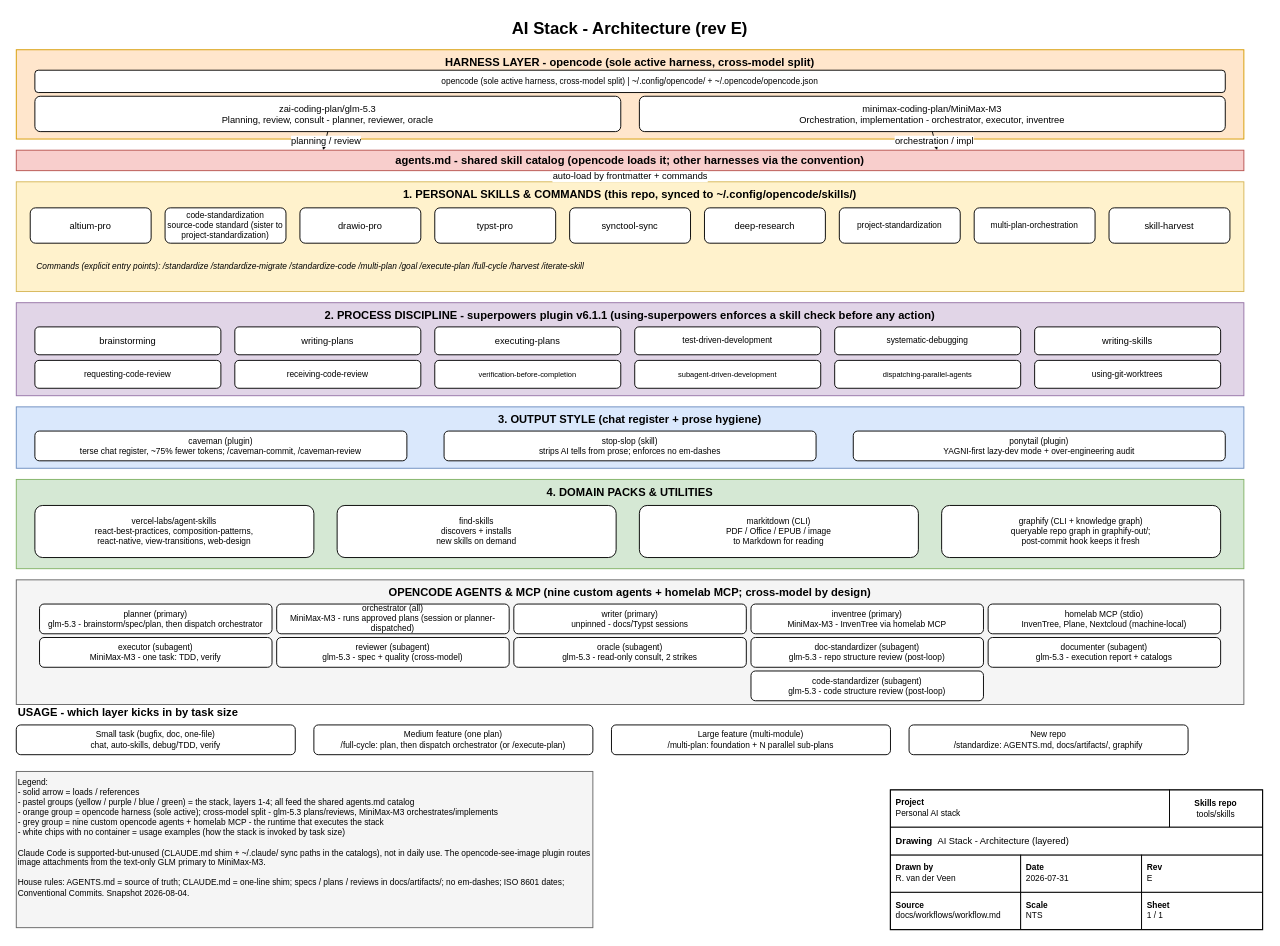
This is docs/workflows/stack.drawio from RubenVanDerVeen/skills, a draw.io file, before an edit. Source tidied: cells renumbered, new cells numbered last; positions are measured from the earlier drawing's top-left corner, leaving out a move shared by most shapes. Both pictures are drawn from the tidied source at 93%, with x=0, y=0 at pixel (16, 16).
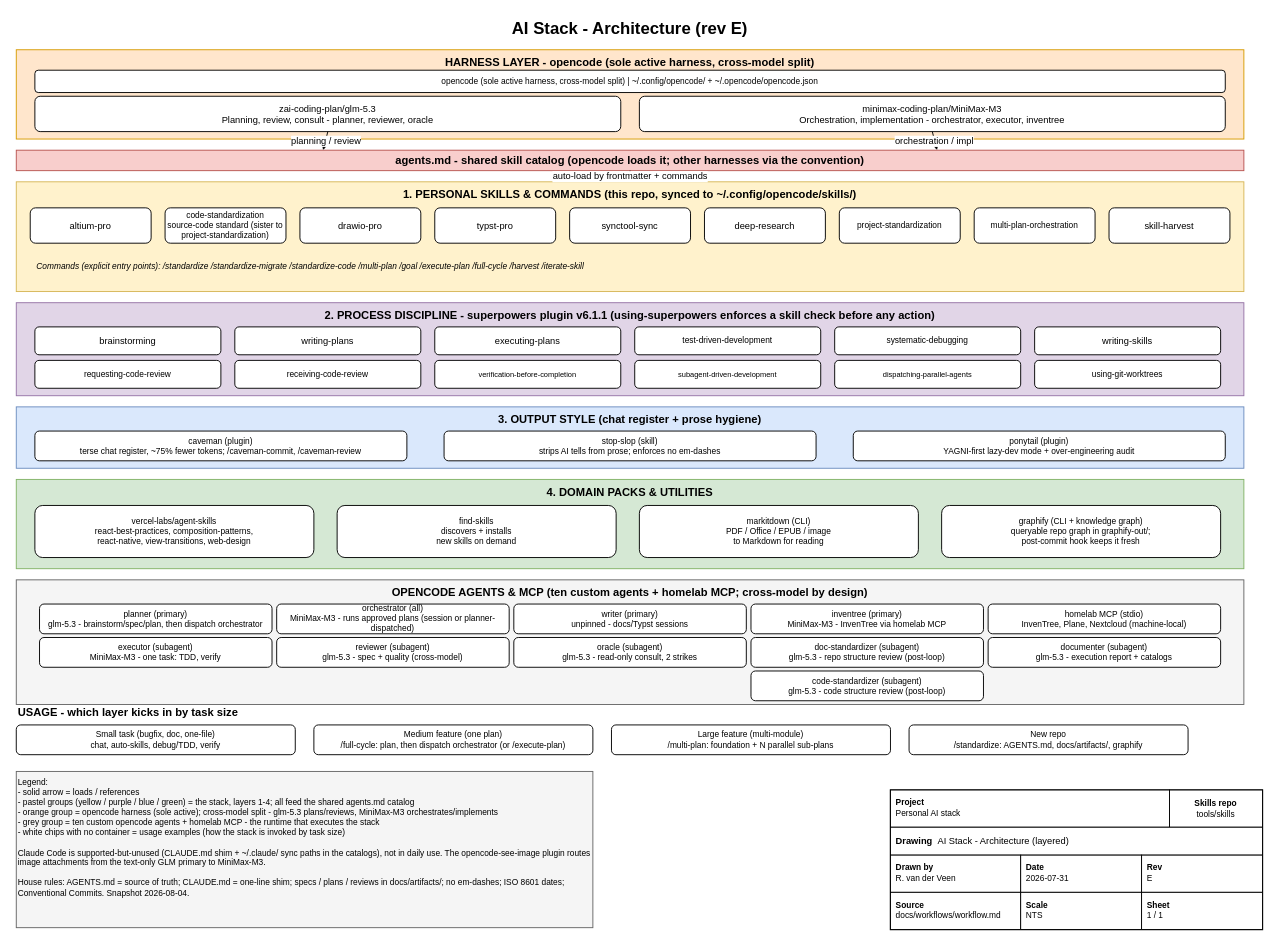
After the change.

Diff of the diagram source:
```diff
@@
-    <mxCell id="41" value="OPENCODE AGENTS &amp; MCP (nine custom agents + homelab MCP; cross-model by design)" style="rounded=0;whiteSpace=wrap;html=1;fillColor=#f5f5f5;strokeColor=#666666;verticalAlign=top;fontStyle=1;fontSize=12;" parent="1" vertex="1">
+    <mxCell id="41" value="OPENCODE AGENTS &amp; MCP (ten custom agents + homelab MCP; cross-model by design)" style="rounded=0;whiteSpace=wrap;html=1;fillColor=#f5f5f5;strokeColor=#666666;verticalAlign=top;fontStyle=1;fontSize=12;" parent="1" vertex="1">
       <mxGeometry y="606" width="1320" height="134" as="geometry" />
     </mxCell>
@@
-    <mxCell id="61" value="Legend:&#10;- solid arrow = loads / references&#10;- pastel groups (yellow / purple / blue / green) = the stack, layers 1-4; all feed the shared agents.md catalog&#10;- orange group = opencode harness (sole active); cross-model split - glm-5.3 plans/reviews, MiniMax-M3 orchestrates/implements&#10;- grey group = nine custom opencode agents + homelab MCP - the runtime that executes the stack&#10;- white chips with no container = usage examples (how the stack is invoked by task size)&#10;&#10;Claude Code is supported-but-unused (CLAUDE.md shim + ~/.claude/ sync paths in the catalogs), not in daily use. The opencode-see-image plugin routes image attachments from the text-only GLM primary to MiniMax-M3.&#10;&#10;House rules: AGENTS.md = source of truth; CLAUDE.md = one-line shim; specs / plans / reviews in docs/artifacts/; no em-dashes; ISO 8601 dates; Conventional Commits. Snapshot 2026-08-04." style="rounded=0;whiteSpace=wrap;html=1;fillColor=#f5f5f5;strokeColor=#666666;fontSize=9;align=left;verticalAlign=top;" parent="1" vertex="1">
+    <mxCell id="61" value="Legend:&#10;- solid arrow = loads / references&#10;- pastel groups (yellow / purple / blue / green) = the stack, layers 1-4; all feed the shared agents.md catalog&#10;- orange group = opencode harness (sole active); cross-model split - glm-5.3 plans/reviews, MiniMax-M3 orchestrates/implements&#10;- grey group = ten custom opencode agents + homelab MCP - the runtime that executes the stack&#10;- white chips with no container = usage examples (how the stack is invoked by task size)&#10;&#10;Claude Code is supported-but-unused (CLAUDE.md shim + ~/.claude/ sync paths in the catalogs), not in daily use. The opencode-see-image plugin routes image attachments from the text-only GLM primary to MiniMax-M3.&#10;&#10;House rules: AGENTS.md = source of truth; CLAUDE.md = one-line shim; specs / plans / reviews in docs/artifacts/; no em-dashes; ISO 8601 dates; Conventional Commits. Snapshot 2026-08-04." style="rounded=0;whiteSpace=wrap;html=1;fillColor=#f5f5f5;strokeColor=#666666;fontSize=9;align=left;verticalAlign=top;" parent="1" vertex="1">
       <mxGeometry y="812" width="620" height="168" as="geometry" />
     </mxCell>
```
